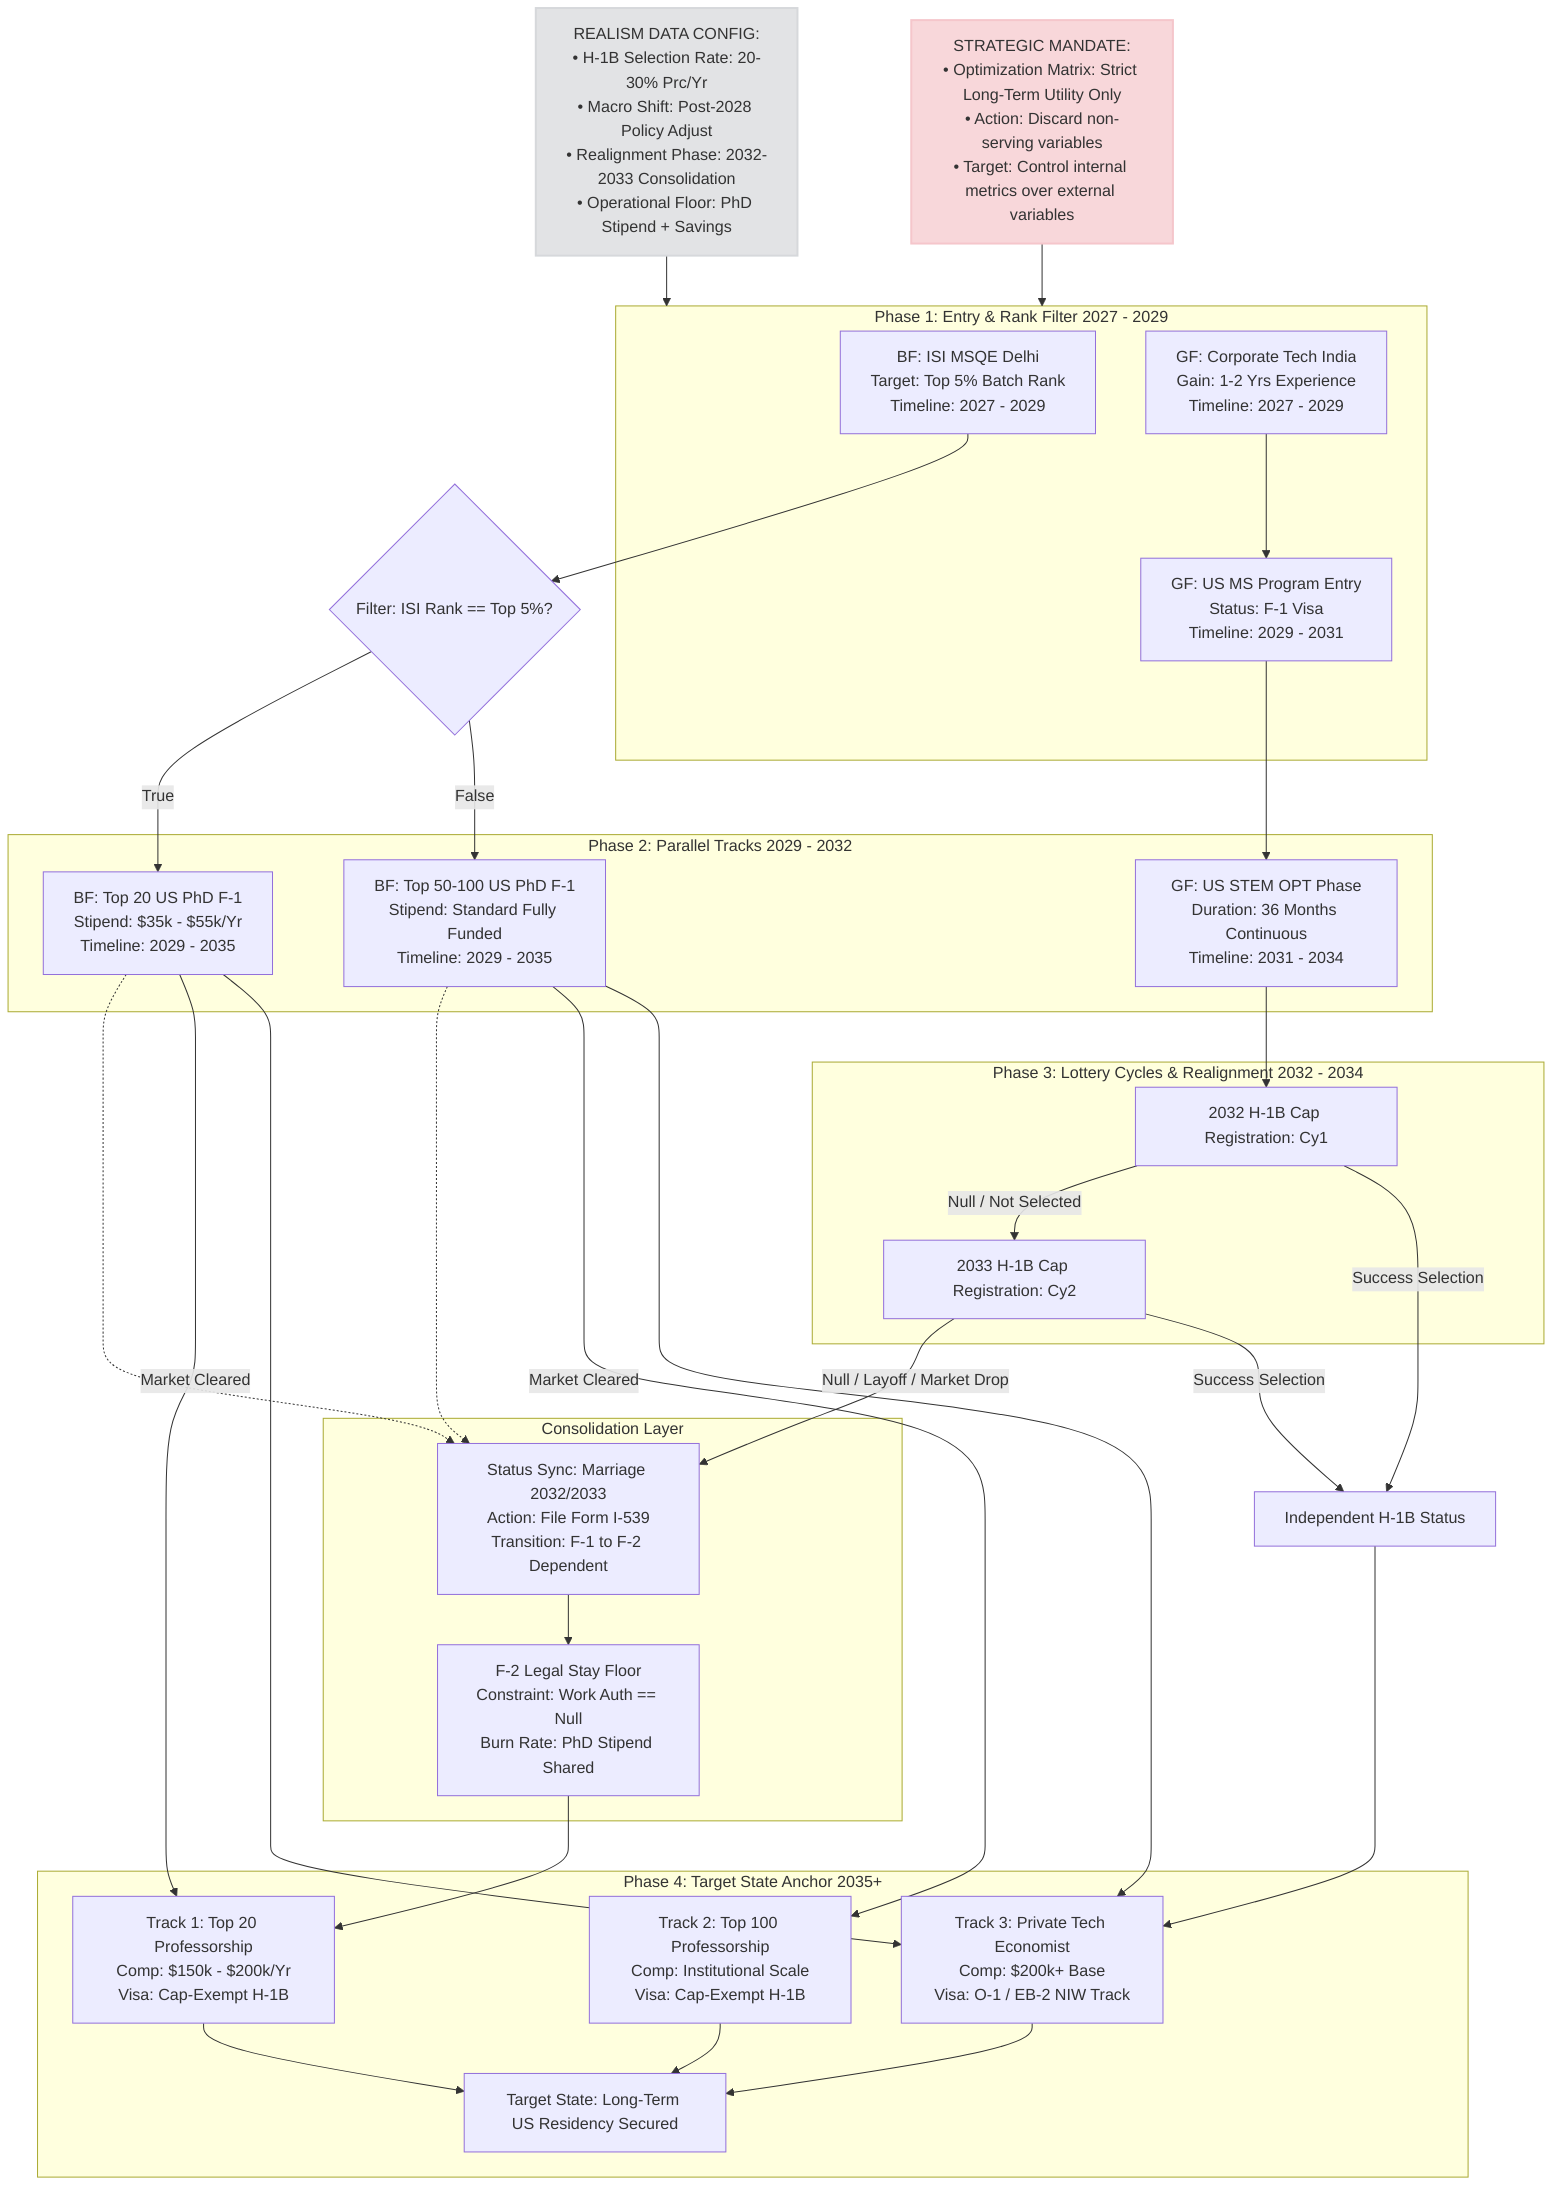
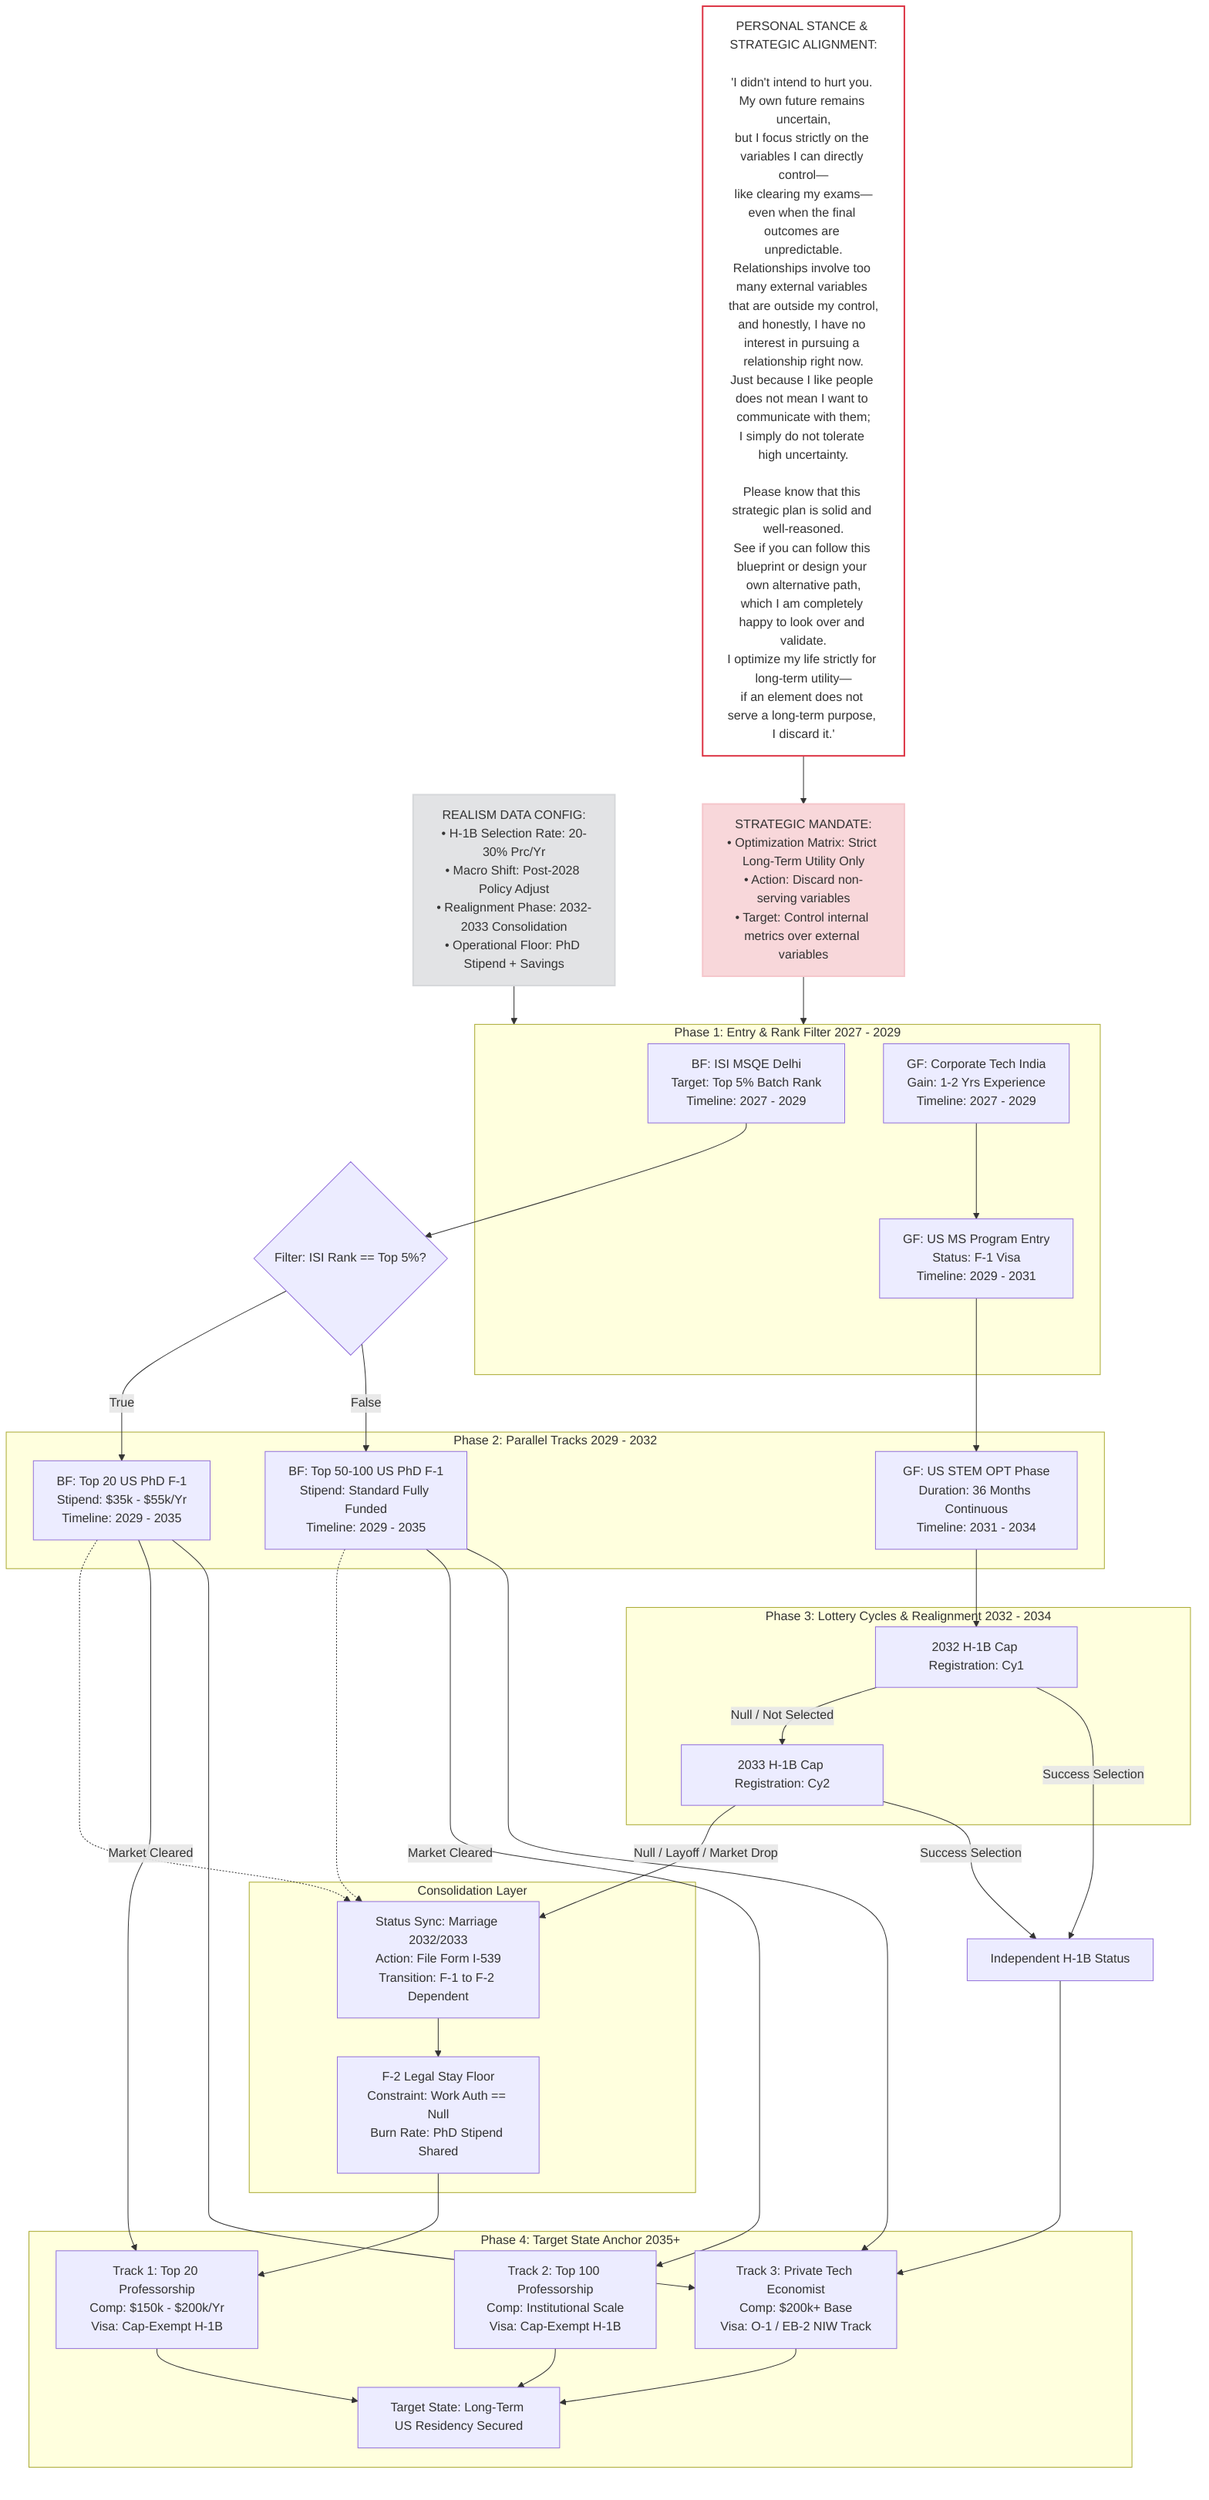
graph TD
    %% ---------------------------------------------
-     %% DATA NODES & PARAMETERS
+     %% PERSONAL STANCE EMBEDDED TEXT NODE
+     %% ---------------------------------------------
+     Personal_Stance["PERSONAL STANCE & STRATEGIC ALIGNMENT:<br><br>'I didn't intend to hurt you. My own future remains uncertain,<br>but I focus strictly on the variables I can directly control—<br>like clearing my exams—even when the final outcomes are unpredictable.<br>Relationships involve too many external variables that are outside my control,<br>and honestly, I have no interest in pursuing a relationship right now.<br>Just because I like people does not mean I want to communicate with them;<br>I simply do not tolerate high uncertainty.<br><br>Please know that this strategic plan is solid and well-reasoned.<br>See if you can follow this blueprint or design your own alternative path,<br>which I am completely happy to look over and validate.<br>I optimize my life strictly for long-term utility—<br>if an element does not serve a long-term purpose, I discard it.'"]
+     style Personal_Stance fill:#fff,stroke:#dc3545,stroke-width:2px
+ 
+     %% ---------------------------------------------
+     %% SYSTEM CONFIGURATION DATA NODES
    %% ---------------------------------------------
    Note_0[REALISM DATA CONFIG:<br>• H-1B Selection Rate: 20-30% Prc/Yr<br>• Macro Shift: Post-2028 Policy Adjust<br>• Realignment Phase: 2032-2033 Consolidation<br>• Operational Floor: PhD Stipend + Savings]
    style Note_0 fill:#e2e3e5,stroke:#d6d8db,stroke-width:2px

    Note_Personal[STRATEGIC MANDATE:<br>• Optimization Matrix: Strict Long-Term Utility Only<br>• Action: Discard non-serving variables<br>• Target: Control internal metrics over external variables]
    style Note_Personal fill:#f8d7da,stroke:#f5c6cb,stroke-width:2px

-     %% PHASE 1
+     %% CONNECTIONS TO CORE PROCESS
+     Personal_Stance --> Note_Personal
+     Note_0 --> P1
+     Note_Personal --> P1
+ 
+     %% ---------------------------------------------
+     %% PHASE 1: ENTRY & RANK FILTER (2027-2029)
+     %% ---------------------------------------------
    subgraph P1 [Phase 1: Entry & Rank Filter 2027 - 2029]
        A_MSQE[BF: ISI MSQE Delhi<br>Target: Top 5% Batch Rank<br>Timeline: 2027 - 2029]
        B_IND[GF: Corporate Tech India<br>Gain: 1-2 Yrs Experience<br>Timeline: 2027 - 2029]
        B_USMS[GF: US MS Program Entry<br>Status: F-1 Visa<br>Timeline: 2029 - 2031]

        B_IND --> B_USMS
    end

-     Note_0 --> P1
-     Note_Personal --> P1
- 
    %% FILTERS & FORKS
    Rank_Check{Filter: ISI Rank == Top 5%?}
    A_MSQE --> Rank_Check

-     %% PHASE 2
+     %% ---------------------------------------------
+     %% PHASE 2: PARALLEL TRACKS (2029-2032)
+     %% ---------------------------------------------
    subgraph P2 [Phase 2: Parallel Tracks 2029 - 2032]
        A_PhD_T20[BF: Top 20 US PhD F-1<br>Stipend: $35k - $55k/Yr<br>Timeline: 2029 - 2035]
        A_PhD_T100[BF: Top 50-100 US PhD F-1<br>Stipend: Standard Fully Funded<br>Timeline: 2029 - 2035]
        B_OPT[GF: US STEM OPT Phase<br>Duration: 36 Months Continuous<br>Timeline: 2031 - 2034]
    end

    Rank_Check -- "True" --> A_PhD_T20
    Rank_Check -- "False" --> A_PhD_T100
    B_USMS --> B_OPT

-     %% PHASE 3
+     %% ---------------------------------------------
+     %% PHASE 3: LOTTERY CYCLES & REALIGNMENT (2032-2034)
+     %% ---------------------------------------------
    subgraph P3 [Phase 3: Lottery Cycles & Realignment 2032 - 2034]
        L1[2032 H-1B Cap Registration: Cy1]
        L2[2033 H-1B Cap Registration: Cy2]

        B_OPT --> L1
        L1 -- "Null / Not Selected" --> L2
    end

    %% REALIGNMENT CONTROL LOGIC
    subgraph Realignment [Consolidation Layer]
        M_33[Status Sync: Marriage 2032/2033<br>Action: File Form I-539<br>Transition: F-1 to F-2 Dependent]
        F2_Stay[F-2 Legal Stay Floor<br>Constraint: Work Auth == Null<br>Burn Rate: PhD Stipend Shared]
        M_33 --> F2_Stay
    end

    L2 -- "Null / Layoff / Market Drop" --> M_33
    A_PhD_T20 -.-> M_33
    A_PhD_T100 -.-> M_33

-     %% PHASE 4
+     %% ---------------------------------------------
+     %% PHASE 4: TARGET STATE ANCHOR (2035+)
+     %% ---------------------------------------------
    subgraph P4 [Phase 4: Target State Anchor 2035+]
        Out_Acad_T20[Track 1: Top 20 Professorship<br>Comp: $150k - $200k/Yr<br>Visa: Cap-Exempt H-1B]
        Out_Acad_T100[Track 2: Top 100 Professorship<br>Comp: Institutional Scale<br>Visa: Cap-Exempt H-1B]
        Out_Ind_Econ[Track 3: Private Tech Economist<br>Comp: $200k+ Base<br>Visa: O-1 / EB-2 NIW Track]

        System_Locked[Target State: Long-Term US Residency Secured]

        Out_Acad_T20 --> System_Locked
        Out_Acad_T100 --> System_Locked
        Out_Ind_Econ --> System_Locked
    end

    %% INTERSECT ROUTING
    L1 -- "Success Selection" --> Corp_H1B[Independent H-1B Status]
    L2 -- "Success Selection" --> Corp_H1B
    Corp_H1B --> Out_Ind_Econ

    F2_Stay --> Out_Acad_T20
    A_PhD_T20 -- "Market Cleared" --> Out_Acad_T20
    A_PhD_T100 -- "Market Cleared" --> Out_Acad_T100
    A_PhD_T20 --> Out_Ind_Econ
    A_PhD_T100 --> Out_Ind_Econ
